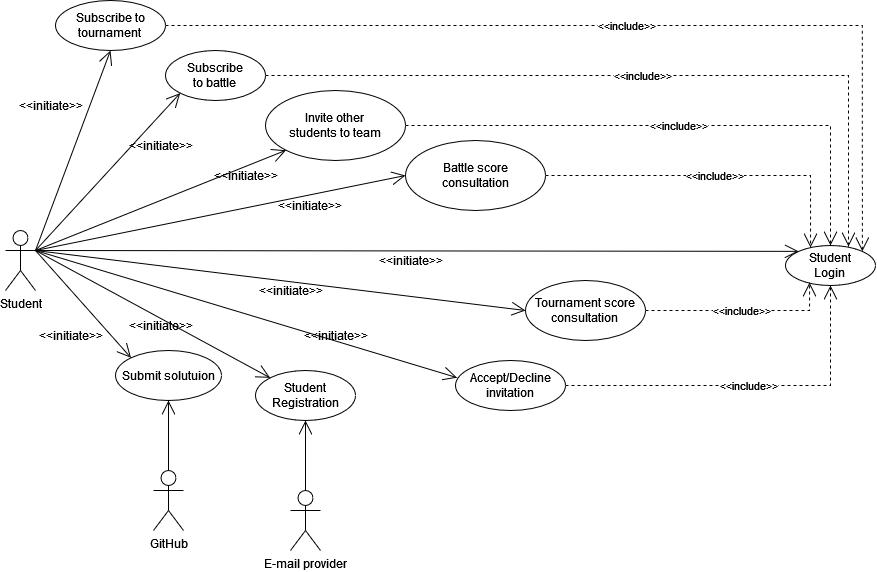
The draw.io diagram RASD/UseCaseDiagrams/UseCaseDiagramStudent.png in Francesco4Galbiati/FossaGalbiati, before a commit. Source tidied: cells renumbered, new cells last; positions are measured from the earlier drawing's top-left corner, leaving out a move shared by most shapes.
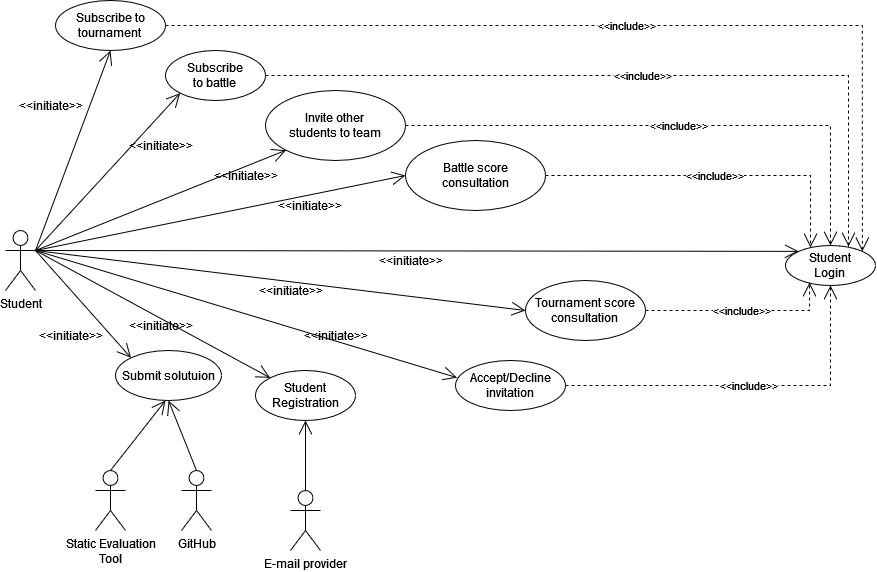
Later version of the same file.

Change to the diagram source:
```diff
@@ -76,7 +76,7 @@
       <mxGeometry relative="1" as="geometry" />
     </mxCell>
     <mxCell id="23" value="GitHub" style="shape=umlActor;verticalLabelPosition=bottom;verticalAlign=top;html=1;" parent="1" vertex="1">
-      <mxGeometry x="148" y="470" width="30" height="60" as="geometry" />
+      <mxGeometry x="176" y="470" width="30" height="60" as="geometry" />
     </mxCell>
     <mxCell id="24" style="endArrow=open;endFill=1;endSize=12;html=1;rounded=0;exitX=0.5;exitY=0;exitDx=0;exitDy=0;exitPerimeter=0;entryX=0.5;entryY=1;entryDx=0;entryDy=0;" parent="1" edge="1" source="23" target="19">
       <mxGeometry relative="1" as="geometry" />
@@ -132,5 +132,13 @@
     <mxCell id="39" style="endArrow=open;endFill=1;endSize=12;html=1;rounded=0;exitX=0.5;exitY=0;exitDx=0;exitDy=0;exitPerimeter=0;entryX=0.5;entryY=1;entryDx=0;entryDy=0;" parent="1" edge="1" source="38" target="5">
       <mxGeometry relative="1" as="geometry" />
     </mxCell>
+    <mxCell id="40" value="&lt;div&gt;Static Evaluation&lt;/div&gt;&lt;div&gt;Tool&lt;br&gt;&lt;/div&gt;" style="shape=umlActor;verticalLabelPosition=bottom;verticalAlign=top;html=1;" parent="1" vertex="1">
+      <mxGeometry x="90" y="470" width="30" height="60" as="geometry" />
+    </mxCell>
+    <mxCell id="41" style="endArrow=open;endFill=1;endSize=12;html=1;rounded=0;exitX=0.5;exitY=0;exitDx=0;exitDy=0;exitPerimeter=0;" parent="1" edge="1" source="40">
+      <mxGeometry relative="1" as="geometry">
+        <mxPoint x="160" y="400" as="targetPoint" />
+      </mxGeometry>
+    </mxCell>
   </root>
 </mxGraphModel>
```
